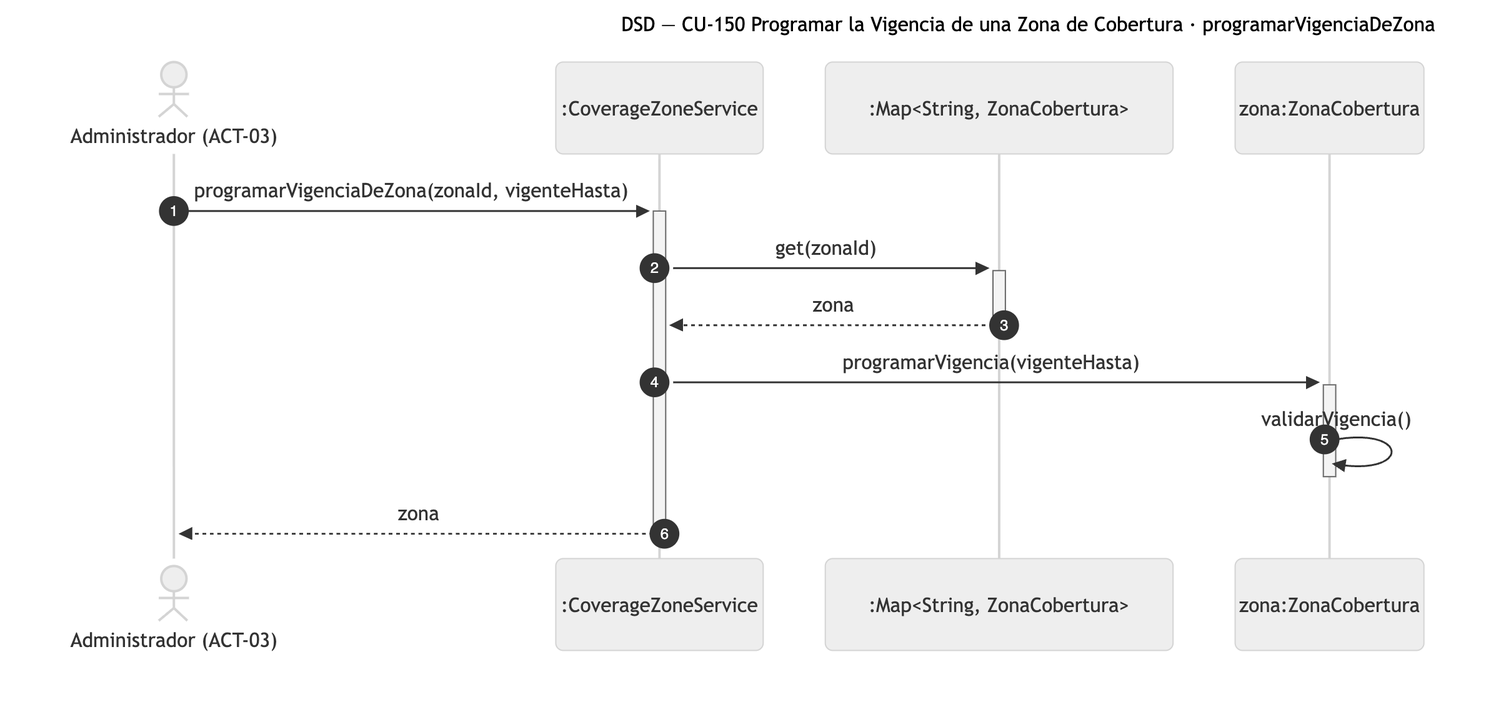
The Mermaid diagram diagramas/png/DSD_CU-150_programarVigenciaDeZona.png in Nahuelito-Dev/splg-docs, before a commit. Its source is kept beside it as diagramas/DSD_CU-150_programarVigenciaDeZona.mmd.
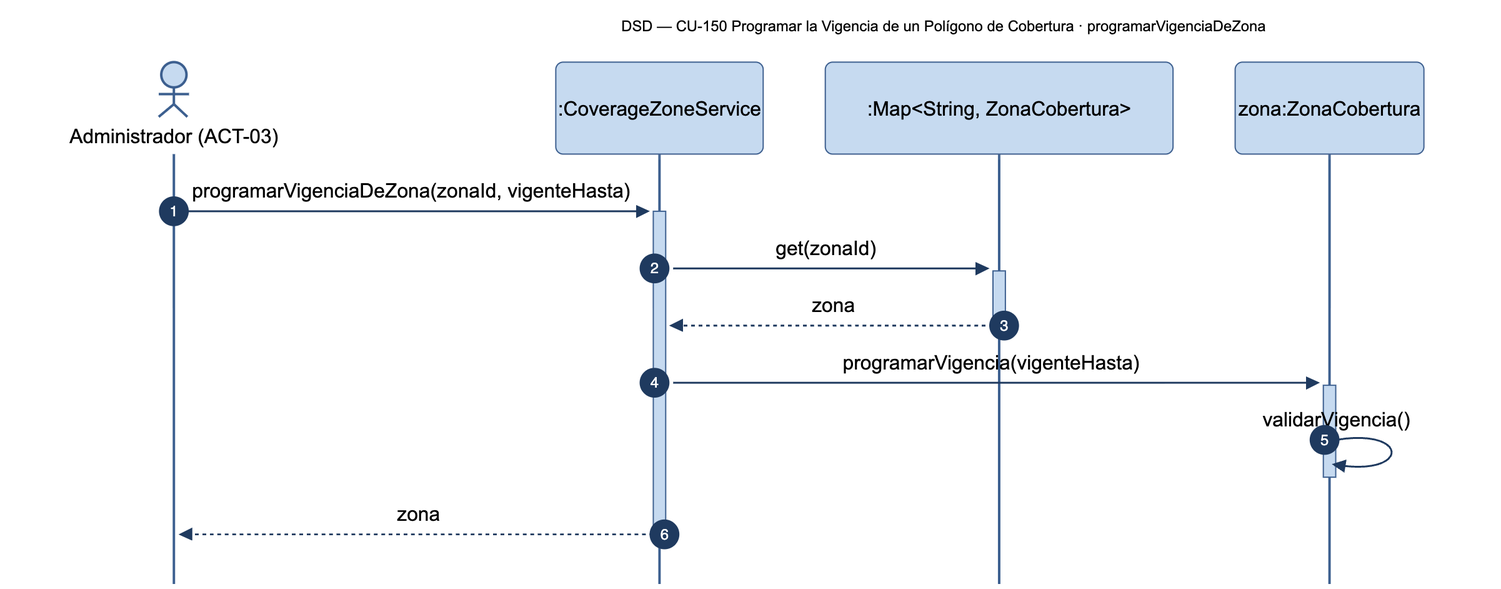
Later version of the same file.

Change to the diagram source:
```diff
@@ -1,5 +1,5 @@
 sequenceDiagram
-    title DSD — CU-150 Programar la Vigencia de una Zona de Cobertura · programarVigenciaDeZona
+    title DSD — CU-150 Programar la Vigencia de un Polígono de Cobertura · programarVigenciaDeZona
     autonumber
     actor ADM as Administrador (ACT-03)
     participant SRV as :CoverageZoneService
```
